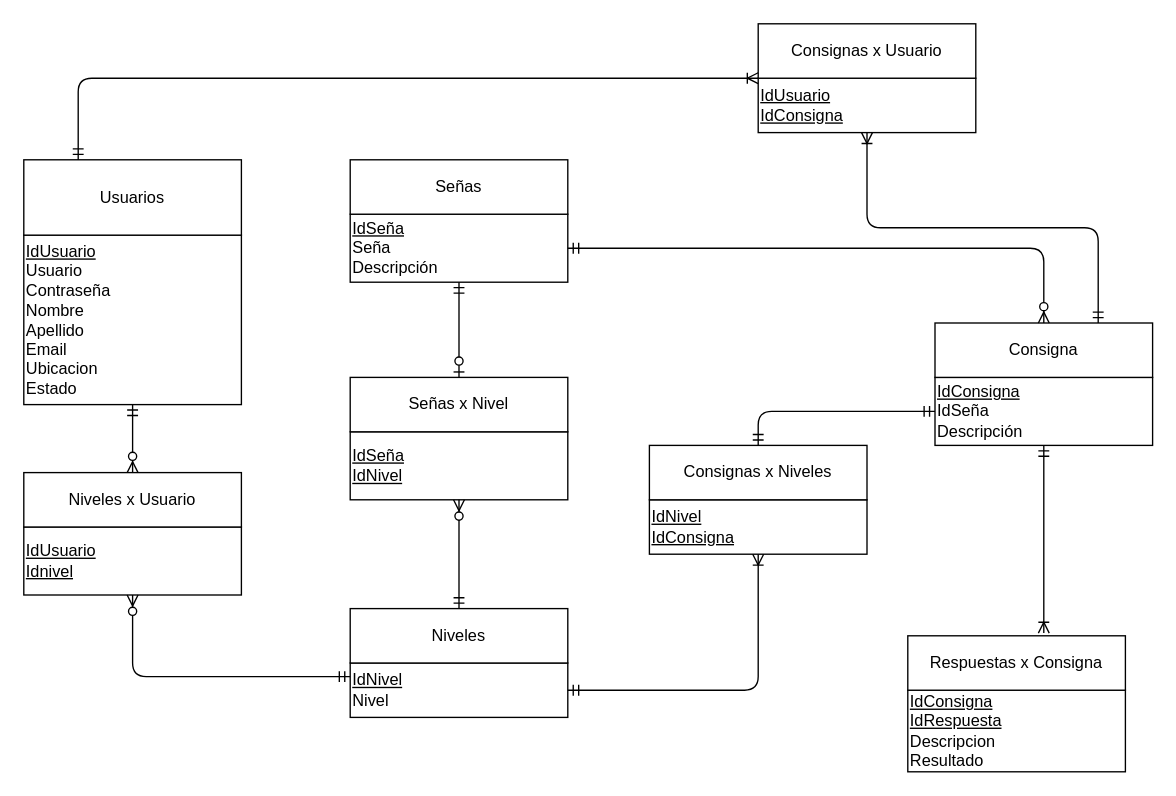
This is Documentación/DER.drawio from AxelNegro/PA2_Grupo1, a draw.io file, before an edit. Source tidied: cells renumbered, new cells numbered last; positions are measured from the earlier drawing's top-left corner, leaving out a move shared by most shapes. Both pictures are drawn from the tidied source at 136%, with x=0, y=0 at pixel (23, 23).
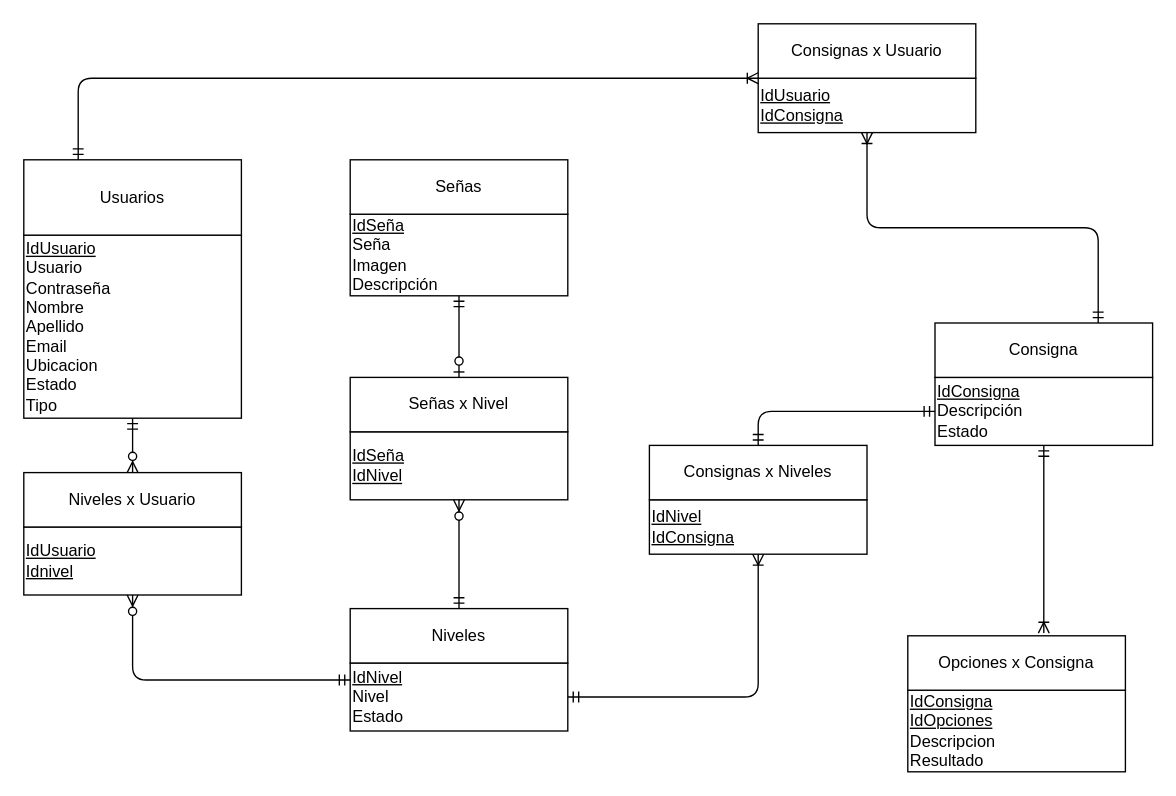
The same diagram, later.

Commit message (it also covers changes not shown here):
Arreglado Word y DER

En base a las correcciones de Tamara.

The change refers to these unchanged cells:
```xml
<mxCell id="5" style="group;" parent="1" vertex="1">
  <mxGeometry x="650" y="450" width="160" height="100" as="geometry" />
</mxCell>
<mxCell id="10" value="Consigna" style="rounded=0;whiteSpace=wrap;html=1;" parent="8" vertex="1">
  <mxGeometry width="160" height="40" as="geometry" />
</mxCell>
```

Change to the diagram source:
```diff
@@
-    <mxCell id="6" value="&lt;div&gt;&lt;u&gt;IdConsigna&lt;/u&gt;&lt;/div&gt;&lt;div&gt;&lt;u&gt;IdRespuesta&lt;/u&gt;&lt;/div&gt;&lt;div&gt;Descripcion&lt;/div&gt;&lt;div&gt;Resultado&lt;br&gt;&lt;/div&gt;" style="rounded=0;whiteSpace=wrap;html=1;align=left;" parent="5" vertex="1">
+    <mxCell id="6" value="&lt;div&gt;&lt;u&gt;IdConsigna&lt;/u&gt;&lt;/div&gt;&lt;div&gt;&lt;u&gt;IdOpciones&lt;/u&gt;&lt;/div&gt;&lt;div&gt;Descripcion&lt;/div&gt;&lt;div&gt;Resultado&lt;br&gt;&lt;/div&gt;" style="rounded=0;whiteSpace=wrap;html=1;align=left;" parent="5" vertex="1">
       <mxGeometry y="40" width="160" height="60" as="geometry" />
     </mxCell>
-    <mxCell id="7" value="Respuestas x Consigna" style="rounded=0;whiteSpace=wrap;html=1;" parent="5" vertex="1">
+    <mxCell id="7" value="Opciones x Consigna" style="rounded=0;whiteSpace=wrap;html=1;" parent="5" vertex="1">
       <mxGeometry width="160" height="40" as="geometry" />
     </mxCell>
     <mxCell id="8" style="group;" parent="1" vertex="1">
-      <mxGeometry x="670" y="220" width="160" height="90" as="geometry" />
+      <mxGeometry x="670" y="220" width="160" height="100" as="geometry" />
     </mxCell>
-    <mxCell id="9" value="&lt;div&gt;&lt;u&gt;IdConsigna&lt;/u&gt;&lt;/div&gt;&lt;div&gt;IdSeña&lt;br&gt;&lt;u&gt;&lt;/u&gt;&lt;/div&gt;&lt;div&gt;Descripción&lt;br&gt;&lt;u&gt;&lt;/u&gt;&lt;/div&gt;" style="rounded=0;whiteSpace=wrap;html=1;align=left;" parent="8" vertex="1">
+    <mxCell id="9" value="&lt;div&gt;&lt;u&gt;IdConsigna&lt;/u&gt;&lt;/div&gt;&lt;div&gt;Descripción&lt;/div&gt;&lt;div&gt;Estado&lt;br&gt;&lt;u&gt;&lt;/u&gt;&lt;/div&gt;" style="rounded=0;whiteSpace=wrap;html=1;align=left;" parent="8" vertex="1">
       <mxGeometry y="40" width="160" height="50" as="geometry" />
     </mxCell>
@@
     <mxCell id="11" style="group;" parent="1" vertex="1">
-      <mxGeometry x="240" y="430" width="160" height="80" as="geometry" />
+      <mxGeometry x="240" y="430" width="160" height="90" as="geometry" />
     </mxCell>
-    <mxCell id="12" value="&lt;div&gt;&lt;u&gt;IdNivel&lt;/u&gt;&lt;/div&gt;&lt;div&gt;Nivel&lt;br&gt;&lt;u&gt;&lt;/u&gt;&lt;/div&gt;" style="rounded=0;whiteSpace=wrap;html=1;align=left;" parent="11" vertex="1">
-      <mxGeometry y="40" width="160" height="40" as="geometry" />
+    <mxCell id="12" value="&lt;div&gt;&lt;u&gt;IdNivel&lt;/u&gt;&lt;/div&gt;&lt;div&gt;Nivel&lt;/div&gt;&lt;div&gt;Estado&lt;br&gt;&lt;u&gt;&lt;/u&gt;&lt;/div&gt;" style="rounded=0;whiteSpace=wrap;html=1;align=left;" parent="11" vertex="1">
+      <mxGeometry y="40" width="160" height="50" as="geometry" />
     </mxCell>
@@
     <mxCell id="14" style="group;" parent="1" vertex="1">
-      <mxGeometry x="240" y="100" width="160" height="90" as="geometry" />
+      <mxGeometry x="240" y="100" width="160" height="100" as="geometry" />
     </mxCell>
-    <mxCell id="15" value="&lt;div&gt;&lt;u&gt;IdSeña&lt;/u&gt;&lt;/div&gt;&lt;div&gt;Seña&lt;/div&gt;&lt;div&gt;Descripción&lt;br&gt;&lt;u&gt;&lt;/u&gt;&lt;/div&gt;" style="rounded=0;whiteSpace=wrap;html=1;align=left;" parent="14" vertex="1">
-      <mxGeometry y="40" width="160" height="50" as="geometry" />
+    <mxCell id="15" value="&lt;div&gt;&lt;u&gt;IdSeña&lt;/u&gt;&lt;/div&gt;&lt;div&gt;Seña&lt;/div&gt;&lt;div&gt;Imagen&lt;br&gt;&lt;/div&gt;&lt;div&gt;Descripción&lt;/div&gt;" style="rounded=0;whiteSpace=wrap;html=1;align=left;" parent="14" vertex="1">
+      <mxGeometry y="40" width="160" height="60" as="geometry" />
     </mxCell>
@@
     <mxCell id="20" style="group;" parent="1" vertex="1">
-      <mxGeometry y="100" width="160" height="180" as="geometry" />
+      <mxGeometry y="100" width="160" height="190" as="geometry" />
     </mxCell>
-    <mxCell id="21" value="&lt;div&gt;&lt;u&gt;IdUsuario&lt;/u&gt;&lt;br&gt;&lt;/div&gt;&lt;div&gt;Usuario&lt;/div&gt;&lt;div&gt;Contraseña&lt;/div&gt;&lt;div&gt;Nombre&lt;/div&gt;&lt;div&gt;Apellido&lt;/div&gt;&lt;div&gt;Email&lt;/div&gt;&lt;div&gt;Ubicacion&lt;/div&gt;&lt;div&gt;Estado&lt;/div&gt;" style="rounded=0;whiteSpace=wrap;html=1;align=left;" parent="20" vertex="1">
-      <mxGeometry y="55.4" width="160" height="124.6" as="geometry" />
+    <mxCell id="21" value="&lt;div&gt;&lt;u&gt;IdUsuario&lt;/u&gt;&lt;br&gt;&lt;/div&gt;&lt;div&gt;Usuario&lt;/div&gt;&lt;div&gt;Contraseña&lt;/div&gt;&lt;div&gt;Nombre&lt;/div&gt;&lt;div&gt;Apellido&lt;/div&gt;&lt;div&gt;Email&lt;/div&gt;&lt;div&gt;Ubicacion&lt;/div&gt;&lt;div&gt;Estado&lt;/div&gt;&lt;div&gt;Tipo&lt;br&gt;&lt;/div&gt;" style="rounded=0;whiteSpace=wrap;html=1;align=left;" parent="20" vertex="1">
+      <mxGeometry y="55.4" width="160" height="134.6" as="geometry" />
     </mxCell>
@@
-    <mxCell id="28" style="edgeStyle=orthogonalEdgeStyle;rounded=1;jettySize=auto;html=1;entryX=0.5;entryY=0;entryDx=0;entryDy=0;endArrow=ERzeroToMany;endFill=1;startArrow=ERmandOne;startFill=0;" parent="1" edge="1" source="15" target="10">
-      <mxGeometry relative="1" as="geometry" />
-    </mxCell>
```
